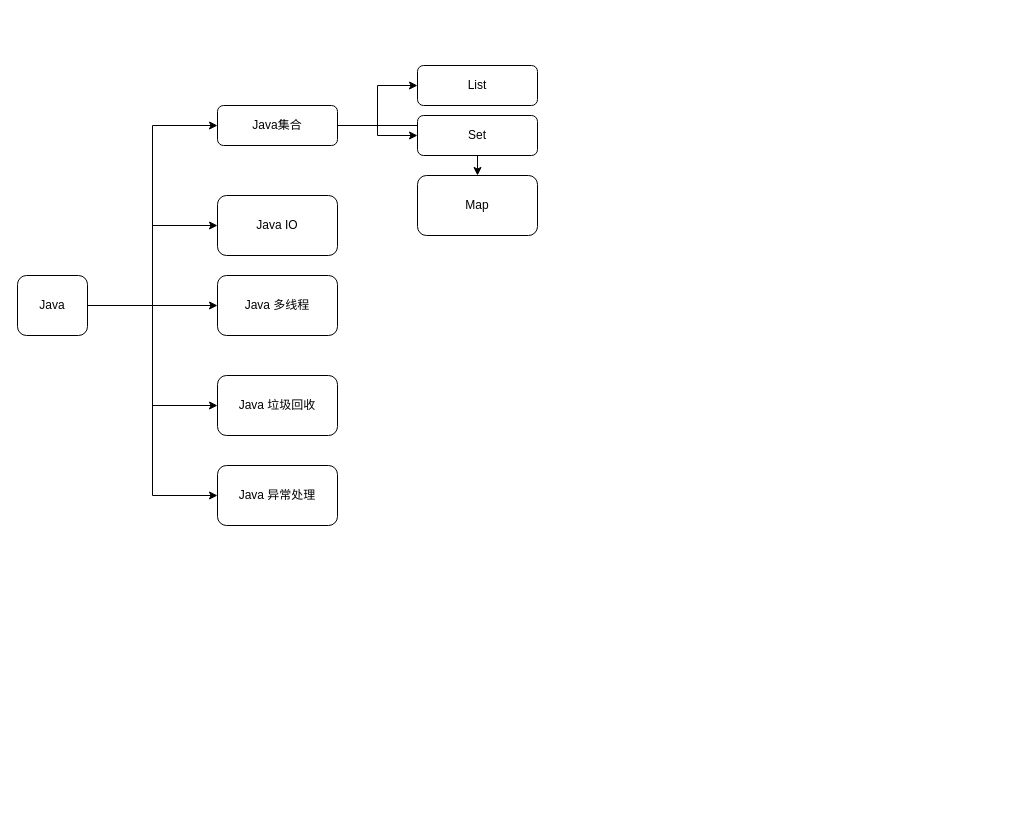
This is Untitled Diagram.drawio from youhegaojian/platform, a draw.io file, before an edit. Source tidied: cells renumbered, new cells numbered last; positions are measured from the earlier drawing's top-left corner, leaving out a move shared by most shapes. Both pictures are drawn from the tidied source at 100%, with x=0, y=0 at pixel (17, 65).
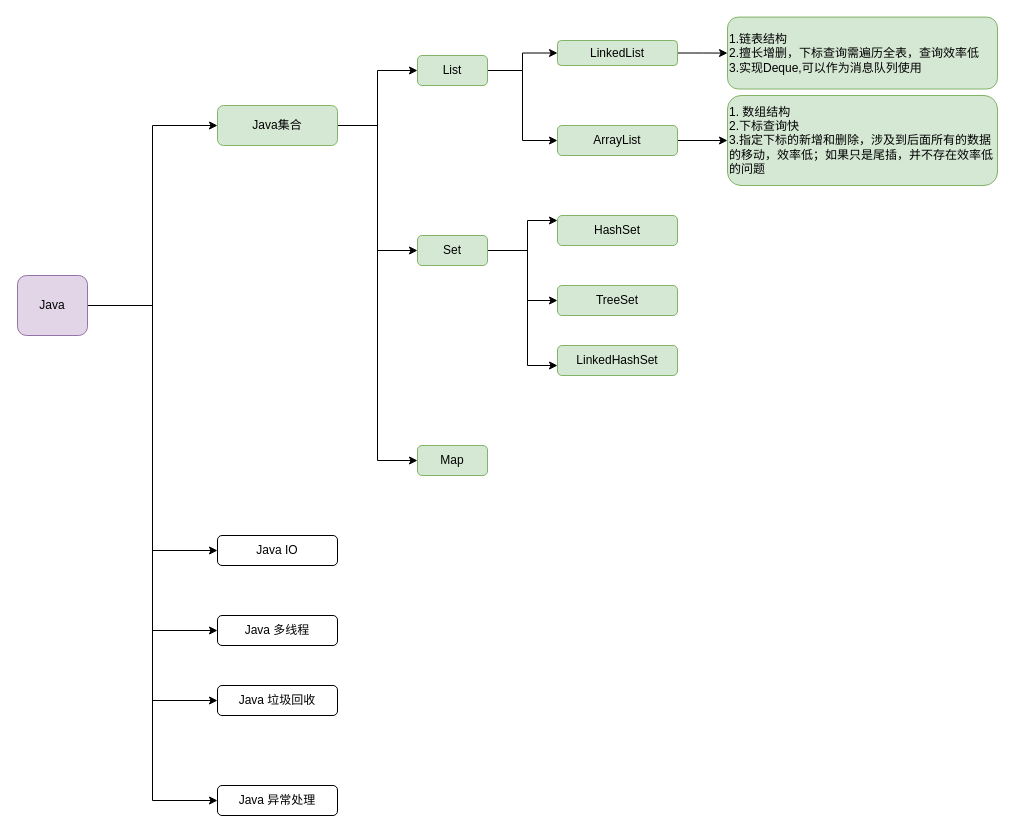
The same page after the edit.

The edit, as a diff of the source:
```diff
@@
-    <mxCell id="7" value="Java" style="rounded=1;whiteSpace=wrap;html=1;" parent="1" vertex="1">
+    <mxCell id="7" value="Java" style="rounded=1;whiteSpace=wrap;html=1;fillColor=#e1d5e7;strokeColor=#9673a6;" parent="1" vertex="1">
       <mxGeometry y="210" width="70" height="60" as="geometry" />
     </mxCell>
+    <mxCell id="9" style="edgeStyle=orthogonalEdgeStyle;rounded=0;jettySize=auto;html=1;entryX=0;entryY=0.5;entryDx=0;entryDy=0;" parent="1" edge="1" source="11" target="17">
+      <mxGeometry relative="1" as="geometry">
+        <Array as="points">
+          <mxPoint x="360" y="60" />
+          <mxPoint x="360" y="185" />
+        </Array>
+      </mxGeometry>
+    </mxCell>
-    <mxCell id="8" style="edgeStyle=orthogonalEdgeStyle;rounded=0;jettySize=auto;html=1;" parent="1" edge="1" source="11" target="16">
+    <mxCell id="8" style="edgeStyle=orthogonalEdgeStyle;rounded=0;jettySize=auto;html=1;entryX=0;entryY=0.5;entryDx=0;entryDy=0;" parent="1" edge="1" source="11" target="16">
       <mxGeometry relative="1" as="geometry" />
     </mxCell>
-    <mxCell id="9" style="edgeStyle=orthogonalEdgeStyle;rounded=0;jettySize=auto;html=1;" parent="1" edge="1" source="11" target="17">
-      <mxGeometry relative="1" as="geometry" />
-    </mxCell>
-    <mxCell id="10" style="edgeStyle=orthogonalEdgeStyle;rounded=0;jettySize=auto;html=1;" parent="1" edge="1" source="11" target="18">
+    <mxCell id="10" style="edgeStyle=orthogonalEdgeStyle;rounded=0;jettySize=auto;html=1;entryX=0;entryY=0.5;entryDx=0;entryDy=0;" parent="1" edge="1" source="11" target="18">
       <mxGeometry relative="1" as="geometry" />
     </mxCell>
-    <mxCell id="11" value="Java集合" style="rounded=1;whiteSpace=wrap;html=1;" parent="1" vertex="1">
+    <mxCell id="11" value="Java集合" style="rounded=1;whiteSpace=wrap;html=1;fillColor=#d5e8d4;strokeColor=#82b366;" parent="1" vertex="1">
       <mxGeometry x="200" y="40" width="120" height="40" as="geometry" />
     </mxCell>
     <mxCell id="12" value="Java IO" style="rounded=1;whiteSpace=wrap;html=1;" parent="1" vertex="1">
-      <mxGeometry x="200" y="130" width="120" height="60" as="geometry" />
+      <mxGeometry x="200" y="470" width="120" height="30" as="geometry" />
     </mxCell>
     <mxCell id="13" value="Java 多线程" style="rounded=1;whiteSpace=wrap;html=1;" parent="1" vertex="1">
-      <mxGeometry x="200" y="210" width="120" height="60" as="geometry" />
+      <mxGeometry x="200" y="550" width="120" height="30" as="geometry" />
     </mxCell>
     <mxCell id="14" value="Java 垃圾回收" style="rounded=1;whiteSpace=wrap;html=1;" parent="1" vertex="1">
-      <mxGeometry x="200" y="310" width="120" height="60" as="geometry" />
+      <mxGeometry x="200" y="620" width="120" height="30" as="geometry" />
     </mxCell>
     <mxCell id="15" value="Java 异常处理" style="rounded=1;whiteSpace=wrap;html=1;" parent="1" vertex="1">
-      <mxGeometry x="200" y="400" width="120" height="60" as="geometry" />
+      <mxGeometry x="200" y="720" width="120" height="30" as="geometry" />
     </mxCell>
+    <mxCell id="19" style="edgeStyle=orthogonalEdgeStyle;rounded=0;jettySize=auto;html=1;" parent="1" edge="1" source="16" target="25">
+      <mxGeometry relative="1" as="geometry" />
+    </mxCell>
+    <mxCell id="20" style="edgeStyle=orthogonalEdgeStyle;rounded=0;jettySize=auto;html=1;entryX=0;entryY=0.5;entryDx=0;entryDy=0;" parent="1" edge="1" source="16" target="27">
+      <mxGeometry relative="1" as="geometry" />
+    </mxCell>
-    <mxCell id="16" value="List" style="rounded=1;whiteSpace=wrap;html=1;" parent="1" vertex="1">
-      <mxGeometry x="400" width="120" height="40" as="geometry" />
+    <mxCell id="16" value="List" style="rounded=1;whiteSpace=wrap;html=1;fillColor=#d5e8d4;strokeColor=#82b366;" parent="1" vertex="1">
+      <mxGeometry x="400" y="-10" width="70" height="30" as="geometry" />
     </mxCell>
+    <mxCell id="21" style="edgeStyle=orthogonalEdgeStyle;rounded=0;jettySize=auto;html=1;" parent="1" edge="1" source="17" target="30">
+      <mxGeometry relative="1" as="geometry">
+        <Array as="points">
+          <mxPoint x="510" y="185" />
+          <mxPoint x="510" y="155" />
+        </Array>
+      </mxGeometry>
+    </mxCell>
+    <mxCell id="22" style="edgeStyle=orthogonalEdgeStyle;rounded=0;jettySize=auto;html=1;" parent="1" edge="1" source="17" target="31">
+      <mxGeometry relative="1" as="geometry">
+        <Array as="points">
+          <mxPoint x="510" y="185" />
+          <mxPoint x="510" y="235" />
+        </Array>
+      </mxGeometry>
+    </mxCell>
+    <mxCell id="23" style="edgeStyle=orthogonalEdgeStyle;rounded=0;jettySize=auto;html=1;" parent="1" edge="1" source="17" target="32">
+      <mxGeometry relative="1" as="geometry">
+        <Array as="points">
+          <mxPoint x="510" y="185" />
+          <mxPoint x="510" y="300" />
+        </Array>
+      </mxGeometry>
+    </mxCell>
-    <mxCell id="17" value="Set" style="whiteSpace=wrap;html=1;rounded=1;" parent="1" vertex="1">
-      <mxGeometry x="400" y="50" width="120" height="40" as="geometry" />
+    <mxCell id="17" value="Set" style="whiteSpace=wrap;html=1;rounded=1;fillColor=#d5e8d4;strokeColor=#82b366;" parent="1" vertex="1">
+      <mxGeometry x="400" y="170" width="70" height="30" as="geometry" />
     </mxCell>
-    <mxCell id="18" value="Map" style="whiteSpace=wrap;html=1;rounded=1;" parent="1" vertex="1">
-      <mxGeometry x="400" y="110" width="120" height="60" as="geometry" />
+    <mxCell id="18" value="Map" style="whiteSpace=wrap;html=1;rounded=1;fillColor=#d5e8d4;strokeColor=#82b366;" parent="1" vertex="1">
+      <mxGeometry x="400" y="380" width="70" height="30" as="geometry" />
     </mxCell>
+    <mxCell id="24" style="edgeStyle=orthogonalEdgeStyle;rounded=0;jettySize=auto;html=1;" parent="1" edge="1" source="25" target="28">
+      <mxGeometry relative="1" as="geometry" />
+    </mxCell>
+    <mxCell id="25" value="LinkedList" style="whiteSpace=wrap;html=1;fillColor=#d5e8d4;strokeColor=#82b366;rounded=1;" parent="1" vertex="1">
+      <mxGeometry x="540" y="-25" width="120" height="25" as="geometry" />
+    </mxCell>
+    <mxCell id="26" style="edgeStyle=orthogonalEdgeStyle;rounded=0;jettySize=auto;html=1;" parent="1" edge="1" source="27" target="29">
+      <mxGeometry relative="1" as="geometry" />
+    </mxCell>
+    <mxCell id="27" value="ArrayList" style="whiteSpace=wrap;html=1;fillColor=#d5e8d4;strokeColor=#82b366;rounded=1;" parent="1" vertex="1">
+      <mxGeometry x="540" y="60" width="120" height="30" as="geometry" />
+    </mxCell>
+    <mxCell id="28" value="1.链表结构&lt;br&gt;2.擅长增删，下标查询需遍历全表，查询效率低&lt;br&gt;3.实现Deque,可以作为消息队列使用" style="whiteSpace=wrap;html=1;fillColor=#d5e8d4;strokeColor=#82b366;rounded=1;align=left;" parent="1" vertex="1">
+      <mxGeometry x="710" y="-48.4" width="270" height="71.9" as="geometry" />
+    </mxCell>
+    <mxCell id="29" value="1. 数组结构&lt;br&gt;2.下标查询快&lt;br&gt;3.指定下标的新增和删除，涉及到后面所有的数据的移动，效率低；如果只是尾插，并不存在效率低的问题" style="whiteSpace=wrap;html=1;fillColor=#d5e8d4;strokeColor=#82b366;rounded=1;align=left;" parent="1" vertex="1">
+      <mxGeometry x="710" y="30" width="270" height="90" as="geometry" />
+    </mxCell>
+    <mxCell id="30" value="HashSet" style="whiteSpace=wrap;html=1;fillColor=#d5e8d4;strokeColor=#82b366;rounded=1;" parent="1" vertex="1">
+      <mxGeometry x="540" y="150" width="120" height="30" as="geometry" />
+    </mxCell>
+    <mxCell id="31" value="TreeSet" style="whiteSpace=wrap;html=1;fillColor=#d5e8d4;strokeColor=#82b366;rounded=1;" parent="1" vertex="1">
+      <mxGeometry x="540" y="220" width="120" height="30" as="geometry" />
+    </mxCell>
+    <mxCell id="32" value="LinkedHashSet" style="whiteSpace=wrap;html=1;fillColor=#d5e8d4;strokeColor=#82b366;rounded=1;" parent="1" vertex="1">
+      <mxGeometry x="540" y="280" width="120" height="30" as="geometry" />
+    </mxCell>
```
